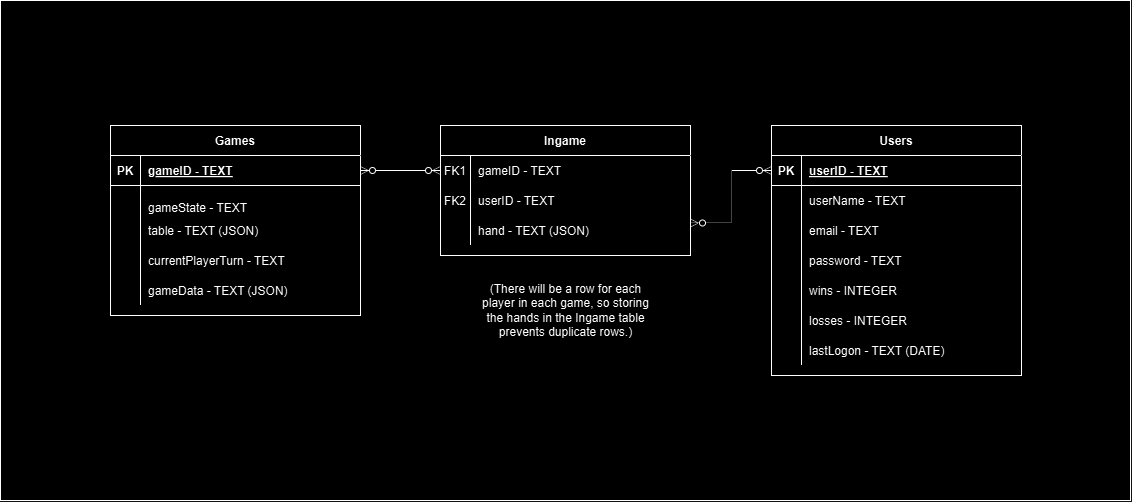
Before: ER_Diagram_Preliminary.png, a diagram exported from draw.io (wiz-rd/Rummikub). Source tidied: cells renumbered, new cells last; positions are measured from the earlier drawing's top-left corner, leaving out a move shared by most shapes.
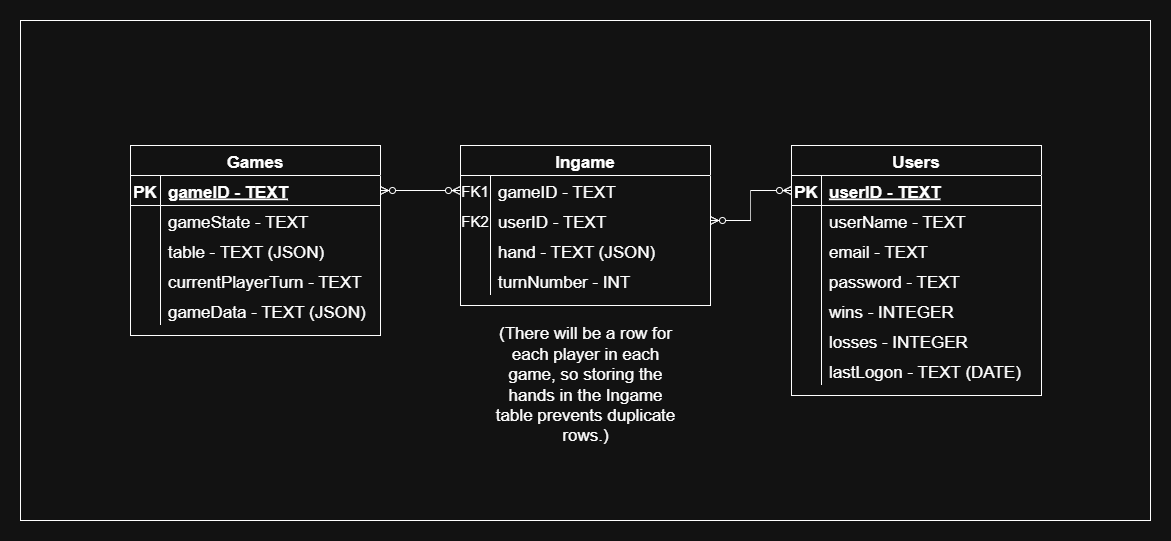
After the change.

Change to the diagram source:
```diff
@@ -2,161 +2,170 @@
   <root>
     <mxCell id="0" />
     <mxCell id="1" parent="0" />
-    <mxCell id="2" style="rounded=0;whiteSpace=wrap;html=1;" parent="1" vertex="1">
+    <mxCell id="2" style="rounded=0;whiteSpace=wrap;html=1;fontSize=17;" parent="1" vertex="1">
       <mxGeometry width="1130" height="500" as="geometry" />
     </mxCell>
-    <mxCell id="3" style="edgeStyle=entityRelationEdgeStyle;endArrow=ERzeroToMany;startArrow=ERzeroToMany;endFill=1;startFill=0;" parent="1" edge="1" source="37" target="5">
+    <mxCell id="3" style="edgeStyle=entityRelationEdgeStyle;endArrow=ERzeroToMany;startArrow=ERzeroToMany;endFill=1;startFill=0;fontSize=17;" parent="1" edge="1" source="37" target="5">
       <mxGeometry relative="1" as="geometry" />
     </mxCell>
-    <mxCell id="4" value="Ingame" style="shape=table;startSize=30;rowLines=0;fontStyle=1;align=center;" parent="1" vertex="1">
-      <mxGeometry x="440" y="125" width="250" height="130" as="geometry" />
+    <mxCell id="4" value="Ingame" style="shape=table;startSize=30;rowLines=0;fontStyle=1;align=center;fontSize=17;" parent="1" vertex="1">
+      <mxGeometry x="440" y="125" width="250" height="160" as="geometry" />
     </mxCell>
-    <mxCell id="5" style="shape=partialRectangle;fillColor=none;points=[[0,0.5],[1,0.5]];portConstraint=eastwest;top=0;left=0;right=0;bottom=0;" parent="4" vertex="1">
+    <mxCell id="5" style="shape=partialRectangle;fillColor=none;points=[[0,0.5],[1,0.5]];portConstraint=eastwest;top=0;left=0;right=0;bottom=0;fontSize=17;" parent="4" vertex="1">
       <mxGeometry y="30" width="250" height="30" as="geometry" />
     </mxCell>
-    <mxCell id="6" value="FK1" style="shape=partialRectangle;overflow=hidden;fillColor=none;top=0;left=0;bottom=0;right=0;" parent="5" vertex="1">
+    <mxCell id="6" value="FK1" style="shape=partialRectangle;overflow=hidden;fillColor=none;top=0;left=0;bottom=0;right=0;fontSize=15;" parent="5" vertex="1">
       <mxGeometry width="30" height="30" as="geometry" />
     </mxCell>
-    <mxCell id="7" value="gameID - TEXT" style="shape=partialRectangle;overflow=hidden;fillColor=none;top=0;left=0;bottom=0;right=0;align=left;spacingLeft=6;" parent="5" vertex="1">
+    <mxCell id="7" value="gameID - TEXT" style="shape=partialRectangle;overflow=hidden;fillColor=none;top=0;left=0;bottom=0;right=0;align=left;spacingLeft=6;fontSize=17;" parent="5" vertex="1">
       <mxGeometry x="30" width="220" height="30" as="geometry" />
     </mxCell>
-    <mxCell id="8" style="shape=partialRectangle;fillColor=none;points=[[0,0.5],[1,0.5]];portConstraint=eastwest;top=0;left=0;right=0;bottom=0;" parent="4" vertex="1">
+    <mxCell id="8" style="shape=partialRectangle;fillColor=none;points=[[0,0.5],[1,0.5]];portConstraint=eastwest;top=0;left=0;right=0;bottom=0;fontSize=17;" parent="4" vertex="1">
       <mxGeometry y="60" width="250" height="30" as="geometry" />
     </mxCell>
-    <mxCell id="9" value="FK2" style="shape=partialRectangle;overflow=hidden;fillColor=none;top=0;left=0;bottom=0;right=0;" parent="8" vertex="1">
+    <mxCell id="9" value="FK2" style="shape=partialRectangle;overflow=hidden;fillColor=none;top=0;left=0;bottom=0;right=0;fontSize=15;" parent="8" vertex="1">
       <mxGeometry width="30" height="30" as="geometry" />
     </mxCell>
-    <mxCell id="10" value="userID - TEXT" style="shape=partialRectangle;overflow=hidden;fillColor=none;top=0;left=0;bottom=0;right=0;align=left;spacingLeft=6;" parent="8" vertex="1">
+    <mxCell id="10" value="userID - TEXT" style="shape=partialRectangle;overflow=hidden;fillColor=none;top=0;left=0;bottom=0;right=0;align=left;spacingLeft=6;fontSize=17;" parent="8" vertex="1">
       <mxGeometry x="30" width="220" height="30" as="geometry" />
     </mxCell>
-    <mxCell id="11" style="shape=partialRectangle;fillColor=none;top=0;left=0;right=0;bottom=0;" parent="4" vertex="1">
+    <mxCell id="11" style="shape=partialRectangle;fillColor=none;top=0;left=0;right=0;bottom=0;fontSize=17;" parent="4" vertex="1">
       <mxGeometry y="90" width="250" height="30" as="geometry" />
     </mxCell>
-    <mxCell id="12" style="shape=partialRectangle;overflow=hidden;fillColor=none;top=0;left=0;bottom=0;right=0;" parent="11" vertex="1">
+    <mxCell id="12" style="shape=partialRectangle;overflow=hidden;fillColor=none;top=0;left=0;bottom=0;right=0;fontSize=17;" parent="11" vertex="1">
       <mxGeometry width="30" height="30" as="geometry" />
     </mxCell>
-    <mxCell id="13" value="hand - TEXT (JSON)" style="shape=partialRectangle;overflow=hidden;fillColor=none;top=0;left=0;bottom=0;right=0;align=left;spacingLeft=6;" parent="11" vertex="1">
+    <mxCell id="13" value="hand - TEXT (JSON)" style="shape=partialRectangle;overflow=hidden;fillColor=none;top=0;left=0;bottom=0;right=0;align=left;spacingLeft=6;fontSize=17;" parent="11" vertex="1">
       <mxGeometry x="30" width="220" height="30" as="geometry" />
     </mxCell>
+    <mxCell id="54" style="shape=partialRectangle;fillColor=none;top=0;left=0;right=0;bottom=0;fontSize=17;" parent="4" vertex="1">
+      <mxGeometry y="120" width="250" height="30" as="geometry" />
+    </mxCell>
+    <mxCell id="55" style="shape=partialRectangle;overflow=hidden;fillColor=none;top=0;left=0;bottom=0;right=0;fontSize=17;" parent="54" vertex="1">
+      <mxGeometry width="30" height="30" as="geometry" />
+    </mxCell>
+    <mxCell id="56" value="turnNumber - INT" style="shape=partialRectangle;overflow=hidden;fillColor=none;top=0;left=0;bottom=0;right=0;align=left;spacingLeft=6;fontSize=17;" parent="54" vertex="1">
+      <mxGeometry x="30" width="220" height="30" as="geometry" />
+    </mxCell>
-    <mxCell id="14" value="Users" style="shape=table;startSize=30;rowLines=0;fontStyle=1;align=center;" parent="1" vertex="1">
+    <mxCell id="14" value="Users" style="shape=table;startSize=30;rowLines=0;fontStyle=1;align=center;fontSize=17;" parent="1" vertex="1">
       <mxGeometry x="771" y="125" width="250" height="250" as="geometry" />
     </mxCell>
-    <mxCell id="15" style="shape=partialRectangle;fillColor=none;points=[[0,0.5],[1,0.5]];portConstraint=eastwest;top=0;left=0;right=0;bottom=1;" parent="14" vertex="1">
+    <mxCell id="15" style="shape=partialRectangle;fillColor=none;points=[[0,0.5],[1,0.5]];portConstraint=eastwest;top=0;left=0;right=0;bottom=1;fontSize=17;" parent="14" vertex="1">
       <mxGeometry y="30" width="250" height="30" as="geometry" />
     </mxCell>
-    <mxCell id="16" value="PK" style="shape=partialRectangle;overflow=hidden;fillColor=none;top=0;left=0;bottom=0;right=0;fontStyle=1;" parent="15" vertex="1">
+    <mxCell id="16" value="PK" style="shape=partialRectangle;overflow=hidden;fillColor=none;top=0;left=0;bottom=0;right=0;fontStyle=1;fontSize=17;" parent="15" vertex="1">
       <mxGeometry width="30" height="30" as="geometry" />
     </mxCell>
-    <mxCell id="17" value="userID - TEXT" style="shape=partialRectangle;overflow=hidden;fillColor=none;top=0;left=0;bottom=0;right=0;align=left;spacingLeft=6;fontStyle=5;" parent="15" vertex="1">
+    <mxCell id="17" value="userID - TEXT" style="shape=partialRectangle;overflow=hidden;fillColor=none;top=0;left=0;bottom=0;right=0;align=left;spacingLeft=6;fontStyle=5;fontSize=17;" parent="15" vertex="1">
       <mxGeometry x="30" width="220" height="30" as="geometry" />
     </mxCell>
-    <mxCell id="18" style="shape=partialRectangle;fillColor=none;top=0;left=0;right=0;bottom=0;" parent="14" vertex="1">
+    <mxCell id="18" style="shape=partialRectangle;fillColor=none;top=0;left=0;right=0;bottom=0;fontSize=17;" parent="14" vertex="1">
       <mxGeometry y="60" width="250" height="30" as="geometry" />
     </mxCell>
-    <mxCell id="19" style="shape=partialRectangle;overflow=hidden;fillColor=none;top=0;left=0;bottom=0;right=0;" parent="18" vertex="1">
+    <mxCell id="19" style="shape=partialRectangle;overflow=hidden;fillColor=none;top=0;left=0;bottom=0;right=0;fontSize=17;" parent="18" vertex="1">
       <mxGeometry width="30" height="30" as="geometry" />
     </mxCell>
-    <mxCell id="20" value="userName - TEXT" style="shape=partialRectangle;overflow=hidden;fillColor=none;top=0;left=0;bottom=0;right=0;align=left;spacingLeft=6;" parent="18" vertex="1">
+    <mxCell id="20" value="userName - TEXT" style="shape=partialRectangle;overflow=hidden;fillColor=none;top=0;left=0;bottom=0;right=0;align=left;spacingLeft=6;fontSize=17;" parent="18" vertex="1">
       <mxGeometry x="30" width="220" height="30" as="geometry" />
     </mxCell>
-    <mxCell id="21" style="shape=partialRectangle;fillColor=none;top=0;left=0;right=0;bottom=0;" parent="14" vertex="1">
+    <mxCell id="21" style="shape=partialRectangle;fillColor=none;top=0;left=0;right=0;bottom=0;fontSize=17;" parent="14" vertex="1">
       <mxGeometry y="90" width="250" height="30" as="geometry" />
     </mxCell>
-    <mxCell id="22" style="shape=partialRectangle;overflow=hidden;fillColor=none;top=0;left=0;bottom=0;right=0;" parent="21" vertex="1">
+    <mxCell id="22" style="shape=partialRectangle;overflow=hidden;fillColor=none;top=0;left=0;bottom=0;right=0;fontSize=17;" parent="21" vertex="1">
       <mxGeometry width="30" height="30" as="geometry" />
     </mxCell>
-    <mxCell id="23" value="email - TEXT" style="shape=partialRectangle;overflow=hidden;fillColor=none;top=0;left=0;bottom=0;right=0;align=left;spacingLeft=6;" parent="21" vertex="1">
+    <mxCell id="23" value="email - TEXT" style="shape=partialRectangle;overflow=hidden;fillColor=none;top=0;left=0;bottom=0;right=0;align=left;spacingLeft=6;fontSize=17;" parent="21" vertex="1">
       <mxGeometry x="30" width="220" height="30" as="geometry" />
     </mxCell>
-    <mxCell id="24" style="shape=partialRectangle;fillColor=none;top=0;left=0;right=0;bottom=0;" parent="14" vertex="1">
+    <mxCell id="24" style="shape=partialRectangle;fillColor=none;top=0;left=0;right=0;bottom=0;fontSize=17;" parent="14" vertex="1">
       <mxGeometry y="120" width="250" height="30" as="geometry" />
     </mxCell>
-    <mxCell id="25" style="shape=partialRectangle;overflow=hidden;fillColor=none;top=0;left=0;bottom=0;right=0;" parent="24" vertex="1">
+    <mxCell id="25" style="shape=partialRectangle;overflow=hidden;fillColor=none;top=0;left=0;bottom=0;right=0;fontSize=17;" parent="24" vertex="1">
       <mxGeometry width="30" height="30" as="geometry" />
     </mxCell>
-    <mxCell id="26" value="password - TEXT" style="shape=partialRectangle;overflow=hidden;fillColor=none;top=0;left=0;bottom=0;right=0;align=left;spacingLeft=6;" parent="24" vertex="1">
+    <mxCell id="26" value="password - TEXT" style="shape=partialRectangle;overflow=hidden;fillColor=none;top=0;left=0;bottom=0;right=0;align=left;spacingLeft=6;fontSize=17;" parent="24" vertex="1">
       <mxGeometry x="30" width="220" height="30" as="geometry" />
     </mxCell>
-    <mxCell id="27" style="shape=partialRectangle;fillColor=none;top=0;left=0;right=0;bottom=0;" parent="14" vertex="1">
+    <mxCell id="27" style="shape=partialRectangle;fillColor=none;top=0;left=0;right=0;bottom=0;fontSize=17;" parent="14" vertex="1">
       <mxGeometry y="150" width="250" height="30" as="geometry" />
     </mxCell>
-    <mxCell id="28" style="shape=partialRectangle;overflow=hidden;fillColor=none;top=0;left=0;bottom=0;right=0;" parent="27" vertex="1">
+    <mxCell id="28" style="shape=partialRectangle;overflow=hidden;fillColor=none;top=0;left=0;bottom=0;right=0;fontSize=17;" parent="27" vertex="1">
       <mxGeometry width="30" height="30" as="geometry" />
     </mxCell>
-    <mxCell id="29" value="wins - INTEGER" style="shape=partialRectangle;overflow=hidden;fillColor=none;top=0;left=0;bottom=0;right=0;align=left;spacingLeft=6;" parent="27" vertex="1">
+    <mxCell id="29" value="wins - INTEGER" style="shape=partialRectangle;overflow=hidden;fillColor=none;top=0;left=0;bottom=0;right=0;align=left;spacingLeft=6;fontSize=17;" parent="27" vertex="1">
       <mxGeometry x="30" width="220" height="30" as="geometry" />
     </mxCell>
-    <mxCell id="30" style="shape=partialRectangle;fillColor=none;top=0;left=0;right=0;bottom=0;" parent="14" vertex="1">
+    <mxCell id="30" style="shape=partialRectangle;fillColor=none;top=0;left=0;right=0;bottom=0;fontSize=17;" parent="14" vertex="1">
       <mxGeometry y="180" width="250" height="30" as="geometry" />
     </mxCell>
-    <mxCell id="31" style="shape=partialRectangle;overflow=hidden;fillColor=none;top=0;left=0;bottom=0;right=0;" parent="30" vertex="1">
+    <mxCell id="31" style="shape=partialRectangle;overflow=hidden;fillColor=none;top=0;left=0;bottom=0;right=0;fontSize=17;" parent="30" vertex="1">
       <mxGeometry width="30" height="30" as="geometry" />
     </mxCell>
-    <mxCell id="32" value="losses - INTEGER" style="shape=partialRectangle;overflow=hidden;fillColor=none;top=0;left=0;bottom=0;right=0;align=left;spacingLeft=6;" parent="30" vertex="1">
+    <mxCell id="32" value="losses - INTEGER" style="shape=partialRectangle;overflow=hidden;fillColor=none;top=0;left=0;bottom=0;right=0;align=left;spacingLeft=6;fontSize=17;" parent="30" vertex="1">
       <mxGeometry x="30" width="220" height="30" as="geometry" />
     </mxCell>
-    <mxCell id="33" style="shape=partialRectangle;fillColor=none;top=0;left=0;right=0;bottom=0;" parent="14" vertex="1">
+    <mxCell id="33" style="shape=partialRectangle;fillColor=none;top=0;left=0;right=0;bottom=0;fontSize=17;" parent="14" vertex="1">
       <mxGeometry y="210" width="250" height="30" as="geometry" />
     </mxCell>
-    <mxCell id="34" style="shape=partialRectangle;overflow=hidden;fillColor=none;top=0;left=0;bottom=0;right=0;" parent="33" vertex="1">
+    <mxCell id="34" style="shape=partialRectangle;overflow=hidden;fillColor=none;top=0;left=0;bottom=0;right=0;fontSize=17;" parent="33" vertex="1">
       <mxGeometry width="30" height="30" as="geometry" />
     </mxCell>
-    <mxCell id="35" value="lastLogon - TEXT (DATE)" style="shape=partialRectangle;overflow=hidden;fillColor=none;top=0;left=0;bottom=0;right=0;align=left;spacingLeft=6;" parent="33" vertex="1">
+    <mxCell id="35" value="lastLogon - TEXT (DATE)" style="shape=partialRectangle;overflow=hidden;fillColor=none;top=0;left=0;bottom=0;right=0;align=left;spacingLeft=6;fontSize=17;" parent="33" vertex="1">
       <mxGeometry x="30" width="220" height="30" as="geometry" />
     </mxCell>
-    <mxCell id="36" value="Games" style="shape=table;startSize=30;rowLines=0;fontStyle=1;align=center;" parent="1" vertex="1">
+    <mxCell id="36" value="Games" style="shape=table;startSize=30;rowLines=0;fontStyle=1;align=center;fontSize=17;" parent="1" vertex="1">
       <mxGeometry x="110" y="125" width="250" height="190" as="geometry" />
     </mxCell>
-    <mxCell id="37" style="shape=partialRectangle;fillColor=none;points=[[0,0.5],[1,0.5]];portConstraint=eastwest;top=0;left=0;right=0;bottom=1;" parent="36" vertex="1">
+    <mxCell id="37" style="shape=partialRectangle;fillColor=none;points=[[0,0.5],[1,0.5]];portConstraint=eastwest;top=0;left=0;right=0;bottom=1;fontSize=17;" parent="36" vertex="1">
       <mxGeometry y="30" width="250" height="30" as="geometry" />
     </mxCell>
-    <mxCell id="38" value="PK" style="shape=partialRectangle;overflow=hidden;fillColor=none;top=0;left=0;bottom=0;right=0;fontStyle=1;" parent="37" vertex="1">
+    <mxCell id="38" value="PK" style="shape=partialRectangle;overflow=hidden;fillColor=none;top=0;left=0;bottom=0;right=0;fontStyle=1;fontSize=17;" parent="37" vertex="1">
       <mxGeometry width="30" height="30" as="geometry" />
     </mxCell>
-    <mxCell id="39" value="gameID - TEXT" style="shape=partialRectangle;overflow=hidden;fillColor=none;top=0;left=0;bottom=0;right=0;align=left;spacingLeft=6;fontStyle=5;" parent="37" vertex="1">
+    <mxCell id="39" value="gameID - TEXT" style="shape=partialRectangle;overflow=hidden;fillColor=none;top=0;left=0;bottom=0;right=0;align=left;spacingLeft=6;fontStyle=5;fontSize=17;" parent="37" vertex="1">
       <mxGeometry x="30" width="220" height="30" as="geometry" />
     </mxCell>
-    <mxCell id="40" style="shape=partialRectangle;fillColor=none;top=0;left=0;right=0;bottom=0;" parent="36" vertex="1">
+    <mxCell id="40" style="shape=partialRectangle;fillColor=none;top=0;left=0;right=0;bottom=0;fontSize=17;" parent="36" vertex="1">
       <mxGeometry y="60" width="250" height="30" as="geometry" />
     </mxCell>
-    <mxCell id="41" style="shape=partialRectangle;overflow=hidden;fillColor=none;top=0;left=0;bottom=0;right=0;" parent="40" vertex="1">
+    <mxCell id="41" style="shape=partialRectangle;overflow=hidden;fillColor=none;top=0;left=0;bottom=0;right=0;fontSize=17;" parent="40" vertex="1">
       <mxGeometry width="30" height="30" as="geometry" />
     </mxCell>
-    <mxCell id="42" value="&#10;gameState - TEXT" style="shape=partialRectangle;overflow=hidden;fillColor=none;top=0;left=0;bottom=0;right=0;align=left;spacingLeft=6;" parent="40" vertex="1">
+    <mxCell id="42" value="gameState - TEXT" style="shape=partialRectangle;overflow=hidden;fillColor=none;top=0;left=0;bottom=0;right=0;align=left;spacingLeft=6;fontSize=17;" parent="40" vertex="1">
       <mxGeometry x="30" width="220" height="30" as="geometry" />
     </mxCell>
-    <mxCell id="43" style="shape=partialRectangle;fillColor=none;top=0;left=0;right=0;bottom=0;" parent="36" vertex="1">
+    <mxCell id="43" style="shape=partialRectangle;fillColor=none;top=0;left=0;right=0;bottom=0;fontSize=17;" parent="36" vertex="1">
       <mxGeometry y="90" width="250" height="30" as="geometry" />
     </mxCell>
-    <mxCell id="44" style="shape=partialRectangle;overflow=hidden;fillColor=none;top=0;left=0;bottom=0;right=0;" parent="43" vertex="1">
+    <mxCell id="44" style="shape=partialRectangle;overflow=hidden;fillColor=none;top=0;left=0;bottom=0;right=0;fontSize=17;" parent="43" vertex="1">
       <mxGeometry width="30" height="30" as="geometry" />
     </mxCell>
-    <mxCell id="45" value="table - TEXT (JSON)" style="shape=partialRectangle;overflow=hidden;fillColor=none;top=0;left=0;bottom=0;right=0;align=left;spacingLeft=6;" parent="43" vertex="1">
+    <mxCell id="45" value="table - TEXT (JSON)" style="shape=partialRectangle;overflow=hidden;fillColor=none;top=0;left=0;bottom=0;right=0;align=left;spacingLeft=6;fontSize=17;" parent="43" vertex="1">
       <mxGeometry x="30" width="220" height="30" as="geometry" />
     </mxCell>
-    <mxCell id="46" style="shape=partialRectangle;fillColor=none;top=0;left=0;right=0;bottom=0;" parent="36" vertex="1">
+    <mxCell id="46" style="shape=partialRectangle;fillColor=none;top=0;left=0;right=0;bottom=0;fontSize=17;" parent="36" vertex="1">
       <mxGeometry y="120" width="250" height="30" as="geometry" />
     </mxCell>
-    <mxCell id="47" style="shape=partialRectangle;overflow=hidden;fillColor=none;top=0;left=0;bottom=0;right=0;" parent="46" vertex="1">
+    <mxCell id="47" style="shape=partialRectangle;overflow=hidden;fillColor=none;top=0;left=0;bottom=0;right=0;fontSize=17;" parent="46" vertex="1">
       <mxGeometry width="30" height="30" as="geometry" />
     </mxCell>
-    <mxCell id="48" value="currentPlayerTurn - TEXT" style="shape=partialRectangle;overflow=hidden;fillColor=none;top=0;left=0;bottom=0;right=0;align=left;spacingLeft=6;" parent="46" vertex="1">
+    <mxCell id="48" value="currentPlayerTurn - TEXT" style="shape=partialRectangle;overflow=hidden;fillColor=none;top=0;left=0;bottom=0;right=0;align=left;spacingLeft=6;fontSize=17;" parent="46" vertex="1">
       <mxGeometry x="30" width="220" height="30" as="geometry" />
     </mxCell>
-    <mxCell id="49" style="shape=partialRectangle;fillColor=none;top=0;left=0;right=0;bottom=0;" parent="36" vertex="1">
+    <mxCell id="49" style="shape=partialRectangle;fillColor=none;top=0;left=0;right=0;bottom=0;fontSize=17;" parent="36" vertex="1">
       <mxGeometry y="150" width="250" height="30" as="geometry" />
     </mxCell>
-    <mxCell id="50" style="shape=partialRectangle;overflow=hidden;fillColor=none;top=0;left=0;bottom=0;right=0;" parent="49" vertex="1">
+    <mxCell id="50" style="shape=partialRectangle;overflow=hidden;fillColor=none;top=0;left=0;bottom=0;right=0;fontSize=17;" parent="49" vertex="1">
       <mxGeometry width="30" height="30" as="geometry" />
     </mxCell>
-    <mxCell id="51" value="gameData - TEXT (JSON)" style="shape=partialRectangle;overflow=hidden;fillColor=none;top=0;left=0;bottom=0;right=0;align=left;spacingLeft=6;" parent="49" vertex="1">
+    <mxCell id="51" value="gameData - TEXT (JSON)" style="shape=partialRectangle;overflow=hidden;fillColor=none;top=0;left=0;bottom=0;right=0;align=left;spacingLeft=6;fontSize=17;" parent="49" vertex="1">
       <mxGeometry x="30" width="220" height="30" as="geometry" />
     </mxCell>
-    <mxCell id="52" style="edgeStyle=orthogonalEdgeStyle;rounded=0;jettySize=auto;html=1;exitX=0;exitY=0.5;exitDx=0;exitDy=0;entryX=1;entryY=0.75;entryDx=0;entryDy=0;startArrow=ERzeroToMany;startFill=0;endArrow=ERzeroToMany;endFill=0;" parent="1" edge="1" source="15" target="4">
+    <mxCell id="52" style="edgeStyle=orthogonalEdgeStyle;rounded=0;jettySize=auto;html=1;exitX=0;exitY=0.5;exitDx=0;exitDy=0;startArrow=ERzeroToMany;startFill=0;endArrow=ERzeroToMany;endFill=0;fontSize=17;" parent="1" edge="1" source="15" target="8">
       <mxGeometry relative="1" as="geometry" />
     </mxCell>
-    <mxCell id="53" value="(There will be a row for each player in each game, so storing the hands in the Ingame table prevents duplicate rows.)" style="text;html=1;align=center;verticalAlign=middle;whiteSpace=wrap;rounded=0;" parent="1" vertex="1">
-      <mxGeometry x="472.5" y="265" width="185" height="90" as="geometry" />
+    <mxCell id="53" value="(There will be a row for each player in each game, so storing the hands in the Ingame table prevents duplicate rows.)" style="text;html=1;align=center;verticalAlign=middle;whiteSpace=wrap;rounded=0;fontSize=17;" parent="1" vertex="1">
+      <mxGeometry x="472.5" y="315" width="185" height="100" as="geometry" />
     </mxCell>
   </root>
 </mxGraphModel>
```
